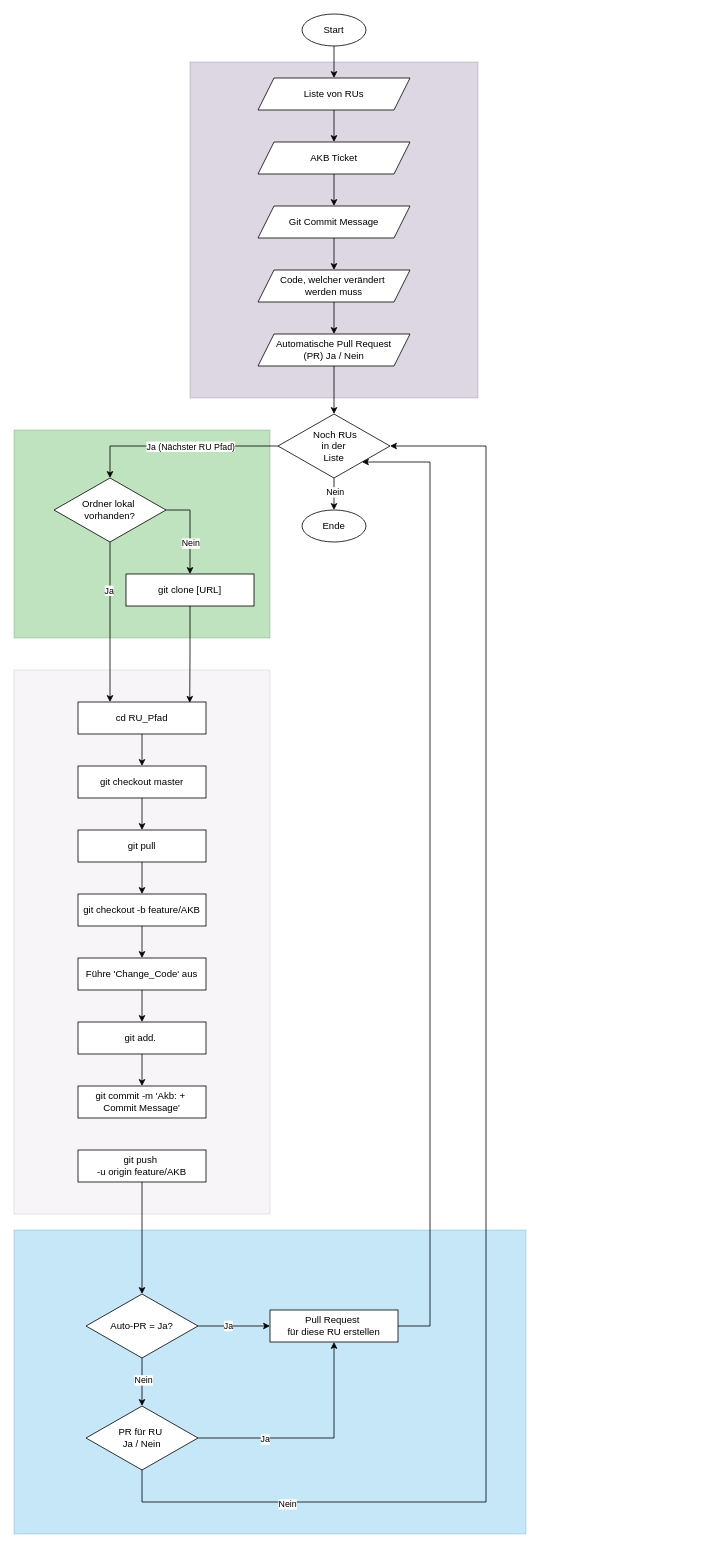
Above: Flowchart/GitBulk_FlowChart.drawio in samuelm203/GitBulk (draw.io), before the change. Source tidied: cells renumbered, new cells numbered last; positions are measured from the earlier drawing's top-left corner, leaving out a move shared by most shapes. Both pictures are drawn from the tidied source at 80%, with x=0, y=0 at pixel (14, 14).
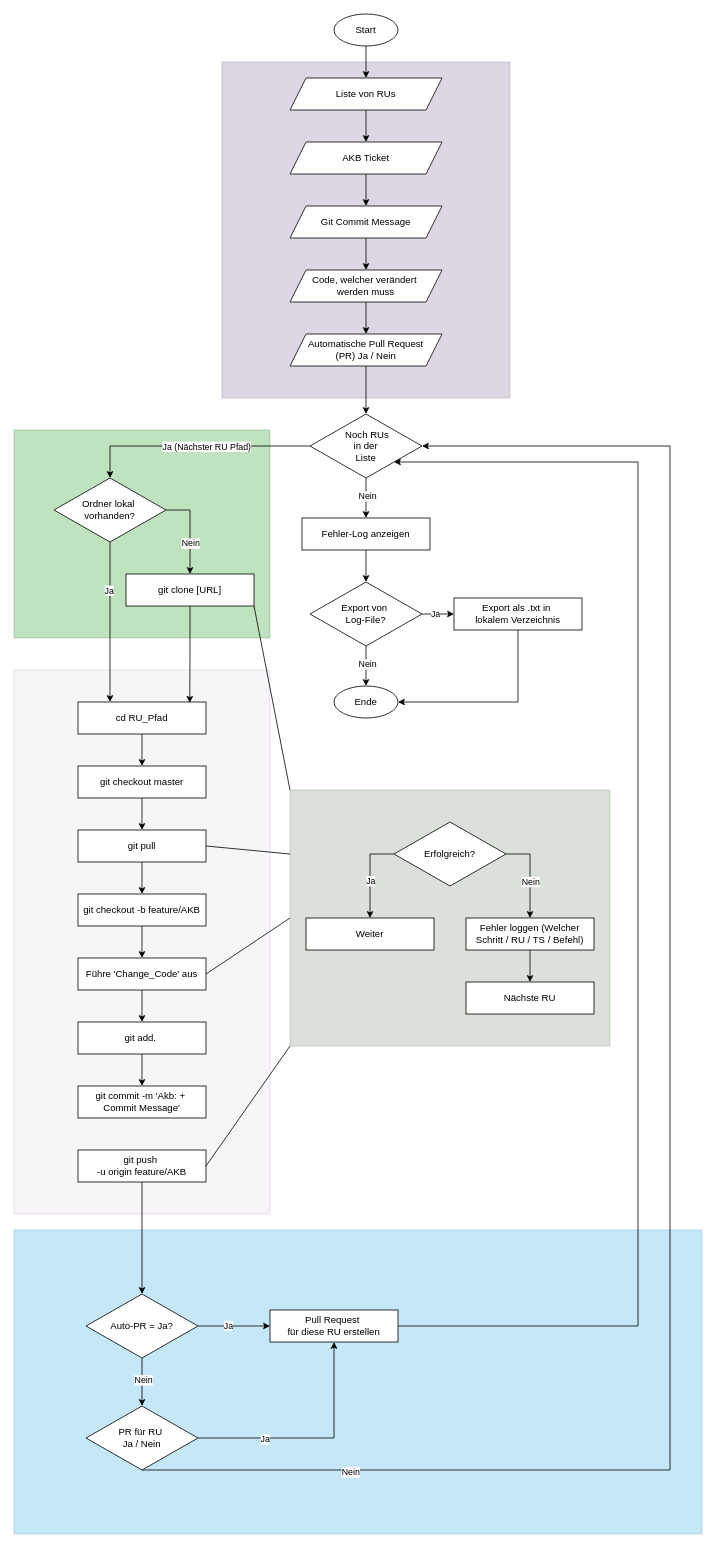
Above is the later version.

Commit message (it also covers changes not shown here):
Update Git bulk flowchart: refine layout, adjust dimensions, and add new steps for log export and error handling

The change refers to these unchanged cells:
```xml
<mxCell id="20" value="git clone [URL]" style="rounded=0;whiteSpace=wrap;html=1;" parent="1" vertex="1">
  <mxGeometry x="140" y="700" width="160" height="40" as="geometry" />
</mxCell>
<mxCell id="25" value="Ordner lokal&amp;nbsp;&lt;div&gt;vorhanden?&lt;/div&gt;" style="rhombus;whiteSpace=wrap;html=1;" parent="1" vertex="1">
  <mxGeometry x="50" y="580" width="140" height="80" as="geometry" />
</mxCell>
<mxCell id="34" value="git pull" style="rounded=0;whiteSpace=wrap;html=1;" parent="1" vertex="1">
  <mxGeometry x="80" y="1020" width="160" height="40" as="geometry" />
</mxCell>
<mxCell id="38" value="Führe 'Change_Code' aus" style="rounded=0;whiteSpace=wrap;html=1;" parent="1" vertex="1">
  <mxGeometry x="80" y="1180" width="160" height="40" as="geometry" />
</mxCell>
<mxCell id="43" value="git push&amp;nbsp;&lt;div&gt;-u origin feature/AKB&lt;/div&gt;" style="rounded=0;whiteSpace=wrap;html=1;" parent="1" vertex="1">
  <mxGeometry x="80" y="1420" width="160" height="40" as="geometry" />
</mxCell>
<mxCell id="49" value="Pull Request&amp;nbsp;&lt;div&gt;für diese RU erstellen&lt;/div&gt;" style="rounded=0;whiteSpace=wrap;html=1;" parent="1" vertex="1">
  <mxGeometry x="320" y="1620" width="160" height="40" as="geometry" />
</mxCell>
<mxCell id="58" value="&lt;div&gt;PR für RU&amp;nbsp;&lt;/div&gt;&lt;div&gt;Ja / Nein&lt;/div&gt;" style="rhombus;whiteSpace=wrap;html=1;" parent="1" vertex="1">
  <mxGeometry x="90" y="1740" width="140" height="80" as="geometry" />
</mxCell>
```

What changed in the source:
```diff
@@
     <mxCell id="2" style="rounded=0;whiteSpace=wrap;html=1;fillColor=#1ba1e2;strokeColor=#006EAF;opacity=25;fontColor=#ffffff;" parent="1" vertex="1">
-      <mxGeometry y="1520" width="640" height="380" as="geometry" />
+      <mxGeometry y="1520" width="860" height="380" as="geometry" />
     </mxCell>
@@
     <mxCell id="5" style="rounded=0;whiteSpace=wrap;html=1;fillColor=#76608a;strokeColor=#432D57;opacity=25;fontColor=#ffffff;" parent="1" vertex="1">
-      <mxGeometry x="220" y="60" width="360" height="420" as="geometry" />
+      <mxGeometry x="260" y="60" width="360" height="420" as="geometry" />
     </mxCell>
@@
     <mxCell id="7" value="Start" style="ellipse;whiteSpace=wrap;html=1;" parent="1" vertex="1">
-      <mxGeometry x="360" width="80" height="40" as="geometry" />
+      <mxGeometry x="400" width="80" height="40" as="geometry" />
     </mxCell>
-    <mxCell id="8" value="Ende" style="ellipse;whiteSpace=wrap;html=1;" parent="1" vertex="1">
-      <mxGeometry x="360" y="620" width="80" height="40" as="geometry" />
-    </mxCell>
@@
     <mxCell id="10" value="Code, welcher verändert&amp;nbsp;&lt;div&gt;werden muss&lt;/div&gt;" style="shape=parallelogram;perimeter=parallelogramPerimeter;whiteSpace=wrap;html=1;fixedSize=1;" parent="1" vertex="1">
-      <mxGeometry x="305" y="320" width="190" height="40" as="geometry" />
+      <mxGeometry x="345" y="320" width="190" height="40" as="geometry" />
     </mxCell>
@@
     <mxCell id="12" value="&lt;div&gt;AKB Ticket&lt;/div&gt;" style="shape=parallelogram;perimeter=parallelogramPerimeter;whiteSpace=wrap;html=1;fixedSize=1;" parent="1" vertex="1">
-      <mxGeometry x="305" y="160" width="190" height="40" as="geometry" />
+      <mxGeometry x="345" y="160" width="190" height="40" as="geometry" />
     </mxCell>
@@
     <mxCell id="14" value="Git Commit Message" style="shape=parallelogram;perimeter=parallelogramPerimeter;whiteSpace=wrap;html=1;fixedSize=1;" parent="1" vertex="1">
-      <mxGeometry x="305" y="240" width="190" height="40" as="geometry" />
+      <mxGeometry x="345" y="240" width="190" height="40" as="geometry" />
     </mxCell>
-    <mxCell id="15" style="edgeStyle=orthogonalEdgeStyle;rounded=0;jettySize=auto;html=1;exitX=0.5;exitY=1;exitDx=0;exitDy=0;" parent="1" edge="1" source="19" target="8">
-      <mxGeometry relative="1" as="geometry" />
-    </mxCell>
-    <mxCell id="16" value="Nein&amp;nbsp;" style="edgeLabel;html=1;align=center;verticalAlign=middle;" parent="15" vertex="1">
-      <mxGeometry x="-0.16" y="2" relative="1" as="geometry" />
-    </mxCell>
-    <mxCell id="17" style="edgeStyle=orthogonalEdgeStyle;rounded=0;jettySize=auto;html=1;entryX=0.5;entryY=0;entryDx=0;entryDy=0;" parent="1" edge="1" source="19" target="25">
+    <mxCell id="17" style="edgeStyle=orthogonalEdgeStyle;rounded=0;jettySize=auto;html=1;entryX=0.5;entryY=0;entryDx=0;entryDy=0;exitX=0;exitY=0.5;exitDx=0;exitDy=0;" parent="1" edge="1" source="19" target="25">
       <mxGeometry relative="1" as="geometry">
         <Array as="points">
           <mxPoint x="120" y="540" />
-          <mxPoint x="120" y="580" />
         </Array>
       </mxGeometry>
     </mxCell>
@@
+    <mxCell id="59" style="edgeStyle=orthogonalEdgeStyle;rounded=0;jettySize=auto;html=1;exitX=0.5;exitY=1;exitDx=0;exitDy=0;entryX=0.5;entryY=0;entryDx=0;entryDy=0;" parent="1" edge="1" source="19" target="62">
+      <mxGeometry relative="1" as="geometry" />
+    </mxCell>
+    <mxCell id="60" value="Nein" style="edgeLabel;html=1;align=center;verticalAlign=middle;" parent="59" vertex="1">
+      <mxGeometry x="-0.12" y="1" relative="1" as="geometry" />
+    </mxCell>
     <mxCell id="19" value="&amp;nbsp; Noch RUs&amp;nbsp;&lt;div&gt;in der&lt;/div&gt;&lt;div&gt;Liste&lt;/div&gt;" style="rhombus;whiteSpace=wrap;html=1;" parent="1" vertex="1">
-      <mxGeometry x="330" y="500" width="140" height="80" as="geometry" />
+      <mxGeometry x="370" y="500" width="140" height="80" as="geometry" />
     </mxCell>
@@
     <mxCell id="40" value="&lt;div&gt;Liste von RUs&lt;/div&gt;" style="shape=parallelogram;perimeter=parallelogramPerimeter;whiteSpace=wrap;html=1;fixedSize=1;" parent="1" vertex="1">
-      <mxGeometry x="305" y="80" width="190" height="40" as="geometry" />
+      <mxGeometry x="345" y="80" width="190" height="40" as="geometry" />
     </mxCell>
@@
     <mxCell id="48" style="edgeStyle=orthogonalEdgeStyle;rounded=0;jettySize=auto;html=1;exitX=1;exitY=0.5;exitDx=0;exitDy=0;entryX=1;entryY=1;entryDx=0;entryDy=0;" parent="1" edge="1" source="49" target="19">
       <mxGeometry relative="1" as="geometry">
         <Array as="points">
-          <mxPoint x="520" y="1640" />
-          <mxPoint x="520" y="560" />
+          <mxPoint x="780" y="1640" />
+          <mxPoint x="780" y="560" />
         </Array>
       </mxGeometry>
     </mxCell>
@@
     <mxCell id="50" style="edgeStyle=orthogonalEdgeStyle;rounded=0;jettySize=auto;html=1;exitX=0.5;exitY=1;exitDx=0;exitDy=0;entryX=1;entryY=0.5;entryDx=0;entryDy=0;" parent="1" edge="1" source="58" target="19">
       <mxGeometry relative="1" as="geometry">
         <Array as="points">
-          <mxPoint x="160" y="1860" />
-          <mxPoint x="590" y="1860" />
-          <mxPoint x="590" y="540" />
+          <mxPoint x="820" y="1820" />
+          <mxPoint x="820" y="540" />
         </Array>
       </mxGeometry>
     </mxCell>
@@
     <mxCell id="53" value="Automatische Pull Request&lt;div&gt;(PR) Ja / Nein&lt;/div&gt;" style="shape=parallelogram;perimeter=parallelogramPerimeter;whiteSpace=wrap;html=1;fixedSize=1;" parent="1" vertex="1">
-      <mxGeometry x="305" y="400" width="190" height="40" as="geometry" />
+      <mxGeometry x="345" y="400" width="190" height="40" as="geometry" />
     </mxCell>
@@
+    <mxCell id="61" style="edgeStyle=orthogonalEdgeStyle;rounded=0;jettySize=auto;html=1;exitX=0.5;exitY=1;exitDx=0;exitDy=0;entryX=0.5;entryY=0;entryDx=0;entryDy=0;" parent="1" edge="1" source="62">
+      <mxGeometry relative="1" as="geometry">
+        <mxPoint x="440" y="710" as="targetPoint" />
+      </mxGeometry>
+    </mxCell>
+    <mxCell id="62" value="Fehler-Log anzeigen" style="rounded=0;whiteSpace=wrap;html=1;" parent="1" vertex="1">
+      <mxGeometry x="360" y="630" width="160" height="40" as="geometry" />
+    </mxCell>
+    <mxCell id="63" style="rounded=0;whiteSpace=wrap;html=1;fillColor=#6d8764;strokeColor=#3A5431;opacity=25;fontColor=#ffffff;direction=south;" parent="1" vertex="1">
+      <mxGeometry x="345" y="970" width="400" height="320" as="geometry" />
+    </mxCell>
+    <mxCell id="64" style="edgeStyle=orthogonalEdgeStyle;rounded=0;jettySize=auto;html=1;entryX=0.5;entryY=0;entryDx=0;entryDy=0;" parent="1" edge="1" source="68" target="69">
+      <mxGeometry relative="1" as="geometry">
+        <Array as="points">
+          <mxPoint x="445" y="1050" />
+        </Array>
+      </mxGeometry>
+    </mxCell>
+    <mxCell id="65" value="Ja" style="edgeLabel;html=1;align=center;verticalAlign=middle;" parent="64" vertex="1">
+      <mxGeometry x="0.15" relative="1" as="geometry" />
+    </mxCell>
+    <mxCell id="66" style="edgeStyle=orthogonalEdgeStyle;rounded=0;jettySize=auto;html=1;exitX=1;exitY=0.5;exitDx=0;exitDy=0;entryX=0.5;entryY=0;entryDx=0;entryDy=0;" parent="1" edge="1" source="68" target="71">
+      <mxGeometry relative="1" as="geometry" />
+    </mxCell>
+    <mxCell id="67" value="Nein" style="edgeLabel;html=1;align=center;verticalAlign=middle;" parent="66" vertex="1">
+      <mxGeometry x="0.17" relative="1" as="geometry" />
+    </mxCell>
+    <mxCell id="68" value="Erfolgreich?" style="rhombus;whiteSpace=wrap;html=1;" parent="1" vertex="1">
+      <mxGeometry x="475" y="1010" width="140" height="80" as="geometry" />
+    </mxCell>
+    <mxCell id="69" value="Weiter" style="rounded=0;whiteSpace=wrap;html=1;" parent="1" vertex="1">
+      <mxGeometry x="365" y="1130" width="160" height="40" as="geometry" />
+    </mxCell>
+    <mxCell id="70" style="edgeStyle=orthogonalEdgeStyle;rounded=0;jettySize=auto;html=1;exitX=0.5;exitY=1;exitDx=0;exitDy=0;" parent="1" edge="1" source="71" target="72">
+      <mxGeometry relative="1" as="geometry" />
+    </mxCell>
+    <mxCell id="71" value="Fehler loggen (Welcher Schritt / RU / TS / Befehl)" style="rounded=0;whiteSpace=wrap;html=1;" parent="1" vertex="1">
+      <mxGeometry x="565" y="1130" width="160" height="40" as="geometry" />
+    </mxCell>
+    <mxCell id="72" value="Nächste RU" style="rounded=0;whiteSpace=wrap;html=1;" parent="1" vertex="1">
+      <mxGeometry x="565" y="1210" width="160" height="40" as="geometry" />
+    </mxCell>
+    <mxCell id="73" style="endArrow=none;html=1;rounded=0;entryX=1;entryY=1;entryDx=0;entryDy=0;exitX=0;exitY=1;exitDx=0;exitDy=0;" parent="1" edge="1" source="63" target="20">
+      <mxGeometry relative="1" as="geometry" />
+    </mxCell>
+    <mxCell id="74" style="endArrow=none;html=1;rounded=0;entryX=1;entryY=0.5;entryDx=0;entryDy=0;exitX=0.25;exitY=1;exitDx=0;exitDy=0;" parent="1" edge="1" source="63" target="34">
+      <mxGeometry relative="1" as="geometry" />
+    </mxCell>
+    <mxCell id="75" style="endArrow=none;html=1;rounded=0;entryX=1;entryY=0.5;entryDx=0;entryDy=0;exitX=1;exitY=1;exitDx=0;exitDy=0;" parent="1" edge="1" source="63" target="43">
+      <mxGeometry relative="1" as="geometry" />
+    </mxCell>
+    <mxCell id="76" style="endArrow=none;html=1;rounded=0;entryX=1;entryY=0.5;entryDx=0;entryDy=0;exitX=0.5;exitY=1;exitDx=0;exitDy=0;" parent="1" edge="1" source="63" target="38">
+      <mxGeometry relative="1" as="geometry" />
+    </mxCell>
+    <mxCell id="8" value="Ende" style="ellipse;whiteSpace=wrap;html=1;" parent="1" vertex="1">
+      <mxGeometry x="400" y="840" width="80" height="40" as="geometry" />
+    </mxCell>
+    <mxCell id="77" style="edgeStyle=orthogonalEdgeStyle;rounded=0;jettySize=auto;html=1;exitX=0.5;exitY=1;exitDx=0;exitDy=0;entryX=1;entryY=0.5;entryDx=0;entryDy=0;" parent="1" edge="1" source="78" target="8">
+      <mxGeometry relative="1" as="geometry" />
+    </mxCell>
+    <mxCell id="78" value="Export als .txt in&amp;nbsp;&lt;div&gt;lokalem&amp;nbsp;&lt;span style=&quot;background-color: transparent; color: light-dark(rgb(0, 0, 0), rgb(255, 255, 255));&quot;&gt;Verzeichnis&lt;/span&gt;&lt;/div&gt;" style="rounded=0;whiteSpace=wrap;html=1;" parent="1" vertex="1">
+      <mxGeometry x="550" y="730" width="160" height="40" as="geometry" />
+    </mxCell>
+    <mxCell id="79" style="edgeStyle=orthogonalEdgeStyle;rounded=0;jettySize=auto;html=1;exitX=0.5;exitY=1;exitDx=0;exitDy=0;entryX=0.5;entryY=0;entryDx=0;entryDy=0;" parent="1" edge="1" source="83" target="8">
+      <mxGeometry relative="1" as="geometry" />
+    </mxCell>
+    <mxCell id="80" value="Nein" style="edgeLabel;html=1;align=center;verticalAlign=middle;" parent="79" vertex="1">
+      <mxGeometry x="-0.11" y="1" relative="1" as="geometry" />
+    </mxCell>
+    <mxCell id="81" style="edgeStyle=orthogonalEdgeStyle;rounded=0;jettySize=auto;html=1;exitX=1;exitY=0.5;exitDx=0;exitDy=0;entryX=0;entryY=0.5;entryDx=0;entryDy=0;" parent="1" edge="1" source="83" target="78">
+      <mxGeometry relative="1" as="geometry" />
+    </mxCell>
+    <mxCell id="82" value="Ja" style="edgeLabel;html=1;align=center;verticalAlign=middle;" parent="81" vertex="1">
+      <mxGeometry x="-0.2" y="1" relative="1" as="geometry" />
+    </mxCell>
+    <mxCell id="83" value="Export von&amp;nbsp;&lt;div&gt;Log-File?&lt;/div&gt;" style="rhombus;whiteSpace=wrap;html=1;" parent="1" vertex="1">
+      <mxGeometry x="370" y="710" width="140" height="80" as="geometry" />
+    </mxCell>
```
